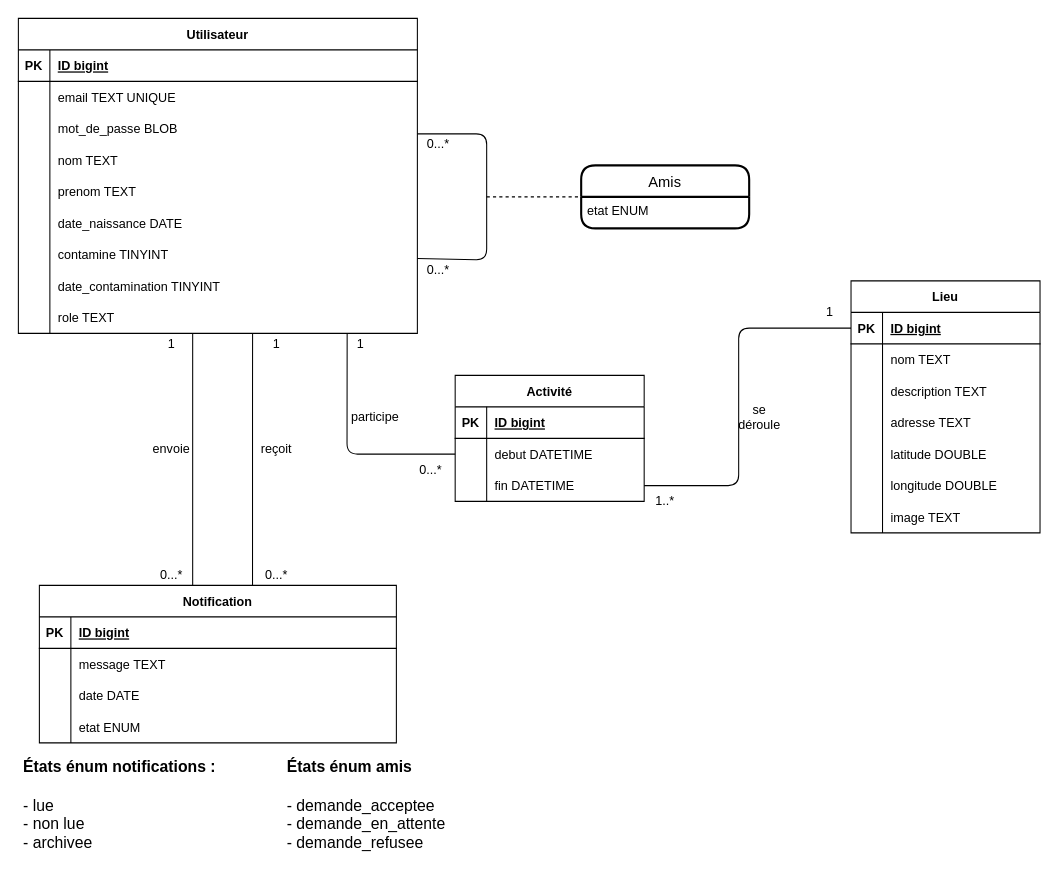
Earlier version of the draw.io diagram Documentation/Diagrammes/ER_BDD.drawio (Akahiro54/jee_dev_web). Source tidied: cells renumbered, new cells numbered last; positions are measured from the earlier drawing's top-left corner, leaving out a move shared by most shapes. Both pictures are drawn from the tidied source at 105%, with x=0, y=0 at pixel (18, 18).
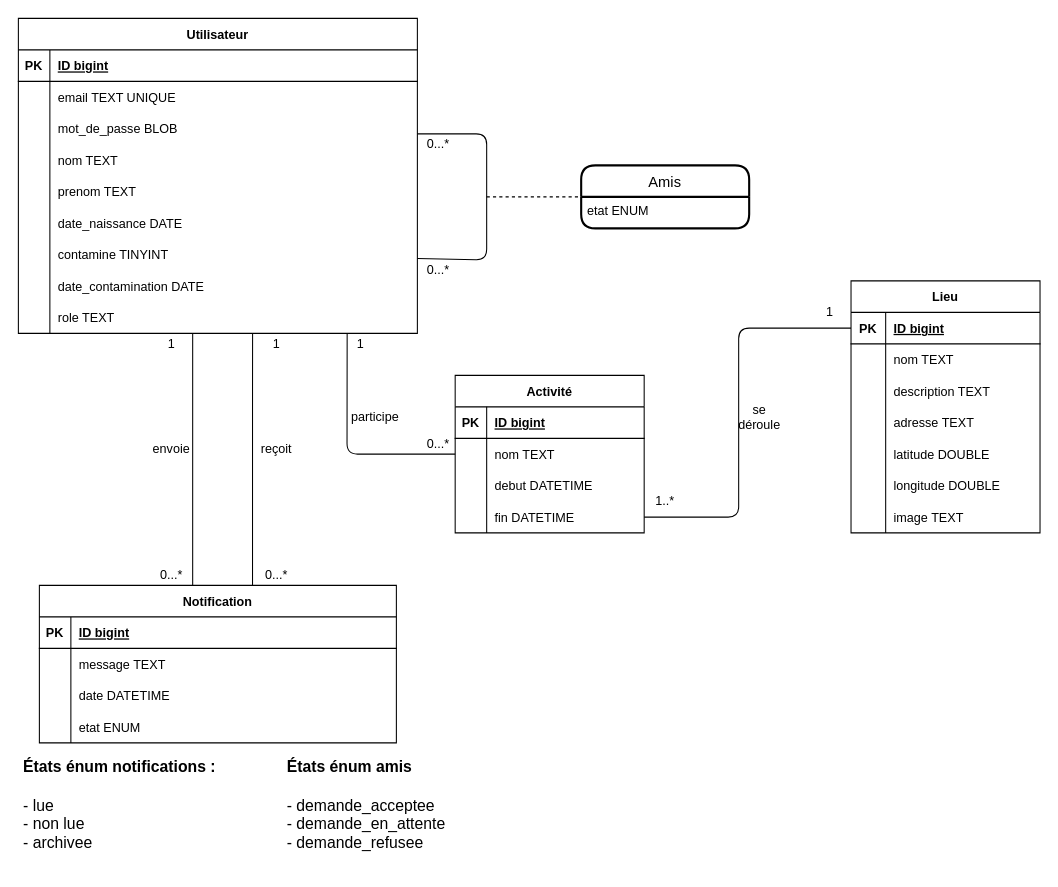
After the change.

Unchanged cells that the change refers to:
```xml
<mxCell id="24" style="shape=partialRectangle;fillColor=none;top=0;left=0;bottom=0;right=0;" parent="2" vertex="1">
  <mxGeometry y="240" width="380" height="30" as="geometry" />
</mxCell>
<mxCell id="27" style="shape=partialRectangle;fillColor=none;top=0;left=0;bottom=0;right=0;points=[[0,0.5],[1,0.5]];portConstraint=eastwest;" parent="2" vertex="1">
  <mxGeometry y="270" width="380" height="30" as="geometry" />
</mxCell>
<mxCell id="43" style="shape=partialRectangle;fillColor=none;top=0;left=0;bottom=0;right=0;" parent="36" vertex="1">
  <mxGeometry y="90" width="340" height="30" as="geometry" />
</mxCell>
<mxCell id="60" style="shape=partialRectangle;fillColor=none;top=0;left=0;bottom=1;right=0;points=[[0,0.5],[1,0.5]];portConstraint=eastwest;" parent="59" vertex="1">
  <mxGeometry y="30" width="180" height="30" as="geometry" />
</mxCell>
<mxCell id="63" style="shape=partialRectangle;fillColor=none;top=0;left=0;bottom=0;right=0;" parent="59" vertex="1">
  <mxGeometry y="60" width="180" height="30" as="geometry" />
</mxCell>
<mxCell id="66" style="shape=partialRectangle;fillColor=none;top=0;left=0;bottom=0;right=0;" parent="59" vertex="1">
  <mxGeometry y="90" width="180" height="30" as="geometry" />
</mxCell>
<mxCell id="69" style="shape=partialRectangle;fillColor=none;top=0;left=0;bottom=0;right=0;" parent="59" vertex="1">
  <mxGeometry y="120" width="180" height="30" as="geometry" />
</mxCell>
<mxCell id="72" style="shape=partialRectangle;fillColor=none;top=0;left=0;bottom=0;right=0;" parent="59" vertex="1">
  <mxGeometry y="150" width="180" height="30" as="geometry" />
</mxCell>
<mxCell id="75" style="shape=partialRectangle;fillColor=none;top=0;left=0;bottom=0;right=0;" parent="59" vertex="1">
  <mxGeometry y="180" width="180" height="30" as="geometry" />
</mxCell>
<mxCell id="78" style="shape=partialRectangle;fillColor=none;top=0;left=0;bottom=0;right=0;" parent="59" vertex="1">
  <mxGeometry y="210" width="180" height="30" as="geometry" />
</mxCell>
```

Change to the diagram source:
```diff
@@
-    <mxCell id="26" value="date_contamination TINYINT" style="shape=partialRectangle;fillColor=none;top=0;left=0;bottom=0;right=0;align=left;spacingLeft=6;overflow=hidden;" parent="24" vertex="1">
+    <mxCell id="26" value="date_contamination DATE" style="shape=partialRectangle;fillColor=none;top=0;left=0;bottom=0;right=0;align=left;spacingLeft=6;overflow=hidden;" parent="24" vertex="1">
       <mxGeometry x="30" width="350" height="30" as="geometry" />
     </mxCell>
@@
-    <mxCell id="45" value="date DATE" style="shape=partialRectangle;fillColor=none;top=0;left=0;bottom=0;right=0;align=left;spacingLeft=6;overflow=hidden;" parent="43" vertex="1">
+    <mxCell id="45" value="date DATETIME" style="shape=partialRectangle;fillColor=none;top=0;left=0;bottom=0;right=0;align=left;spacingLeft=6;overflow=hidden;" parent="43" vertex="1">
       <mxGeometry x="30" width="310" height="30" as="geometry" />
     </mxCell>
@@
     <mxCell id="61" value="PK" style="shape=partialRectangle;fillColor=none;top=0;left=0;bottom=0;right=0;fontStyle=1;overflow=hidden;" parent="60" vertex="1">
-      <mxGeometry width="30" height="30" as="geometry" />
+      <mxGeometry width="33" height="30" as="geometry" />
     </mxCell>
     <mxCell id="62" value="ID bigint" style="shape=partialRectangle;fillColor=none;top=0;left=0;bottom=0;right=0;align=left;spacingLeft=6;fontStyle=5;overflow=hidden;" parent="60" vertex="1">
-      <mxGeometry x="30" width="150" height="30" as="geometry" />
+      <mxGeometry x="33" width="147" height="30" as="geometry" />
     </mxCell>
@@
     <mxCell id="64" style="shape=partialRectangle;fillColor=none;top=0;left=0;bottom=0;right=0;overflow=hidden;" parent="63" vertex="1">
-      <mxGeometry width="30" height="30" as="geometry" />
+      <mxGeometry width="33" height="30" as="geometry" />
     </mxCell>
     <mxCell id="65" value="nom TEXT" style="shape=partialRectangle;fillColor=none;top=0;left=0;bottom=0;right=0;align=left;spacingLeft=6;overflow=hidden;" parent="63" vertex="1">
-      <mxGeometry x="30" width="150" height="30" as="geometry" />
+      <mxGeometry x="33" width="147" height="30" as="geometry" />
     </mxCell>
@@
     <mxCell id="67" style="shape=partialRectangle;fillColor=none;top=0;left=0;bottom=0;right=0;overflow=hidden;" parent="66" vertex="1">
-      <mxGeometry width="30" height="30" as="geometry" />
+      <mxGeometry width="33" height="30" as="geometry" />
     </mxCell>
     <mxCell id="68" value="description TEXT" style="shape=partialRectangle;fillColor=none;top=0;left=0;bottom=0;right=0;align=left;spacingLeft=6;overflow=hidden;" parent="66" vertex="1">
-      <mxGeometry x="30" width="150" height="30" as="geometry" />
+      <mxGeometry x="33" width="147" height="30" as="geometry" />
     </mxCell>
@@
     <mxCell id="70" style="shape=partialRectangle;fillColor=none;top=0;left=0;bottom=0;right=0;overflow=hidden;" parent="69" vertex="1">
-      <mxGeometry width="30" height="30" as="geometry" />
+      <mxGeometry width="33" height="30" as="geometry" />
     </mxCell>
     <mxCell id="71" value="adresse TEXT" style="shape=partialRectangle;fillColor=none;top=0;left=0;bottom=0;right=0;align=left;spacingLeft=6;overflow=hidden;" parent="69" vertex="1">
-      <mxGeometry x="30" width="150" height="30" as="geometry" />
+      <mxGeometry x="33" width="147" height="30" as="geometry" />
     </mxCell>
@@
     <mxCell id="73" style="shape=partialRectangle;fillColor=none;top=0;left=0;bottom=0;right=0;overflow=hidden;" parent="72" vertex="1">
-      <mxGeometry width="30" height="30" as="geometry" />
+      <mxGeometry width="33" height="30" as="geometry" />
     </mxCell>
     <mxCell id="74" value="latitude DOUBLE" style="shape=partialRectangle;fillColor=none;top=0;left=0;bottom=0;right=0;align=left;spacingLeft=6;overflow=hidden;" parent="72" vertex="1">
-      <mxGeometry x="30" width="150" height="30" as="geometry" />
+      <mxGeometry x="33" width="147" height="30" as="geometry" />
     </mxCell>
@@
     <mxCell id="76" style="shape=partialRectangle;fillColor=none;top=0;left=0;bottom=0;right=0;overflow=hidden;" parent="75" vertex="1">
-      <mxGeometry width="30" height="30" as="geometry" />
+      <mxGeometry width="33" height="30" as="geometry" />
     </mxCell>
     <mxCell id="77" value="longitude DOUBLE" style="shape=partialRectangle;fillColor=none;top=0;left=0;bottom=0;right=0;align=left;spacingLeft=6;overflow=hidden;" parent="75" vertex="1">
-      <mxGeometry x="30" width="150" height="30" as="geometry" />
+      <mxGeometry x="33" width="147" height="30" as="geometry" />
     </mxCell>
@@
     <mxCell id="79" style="shape=partialRectangle;fillColor=none;top=0;left=0;bottom=0;right=0;overflow=hidden;" parent="78" vertex="1">
-      <mxGeometry width="30" height="30" as="geometry" />
+      <mxGeometry width="33" height="30" as="geometry" />
     </mxCell>
     <mxCell id="80" value="image TEXT" style="shape=partialRectangle;fillColor=none;top=0;left=0;bottom=0;right=0;align=left;spacingLeft=6;overflow=hidden;" parent="78" vertex="1">
-      <mxGeometry x="30" width="150" height="30" as="geometry" />
+      <mxGeometry x="33" width="147" height="30" as="geometry" />
     </mxCell>
@@
     <mxCell id="82" value="Activité" style="shape=table;startSize=30;childLayout=tableLayout;rowLines=0;fontStyle=1;align=center;" parent="1" vertex="1">
-      <mxGeometry x="416" y="340" width="180" height="120" as="geometry" />
+      <mxGeometry x="416" y="340" width="180" height="150" as="geometry" />
     </mxCell>
@@
+    <mxCell id="99" style="shape=partialRectangle;fillColor=none;top=0;left=0;bottom=0;right=0;points=[[0,0.5],[1,0.5]];portConstraint=eastwest;" parent="82" vertex="1">
+      <mxGeometry y="60" width="180" height="30" as="geometry" />
+    </mxCell>
+    <mxCell id="100" style="shape=partialRectangle;fillColor=none;top=0;left=0;bottom=0;right=0;overflow=hidden;" parent="99" vertex="1">
+      <mxGeometry width="30" height="30" as="geometry" />
+    </mxCell>
+    <mxCell id="101" value="nom TEXT" style="shape=partialRectangle;fillColor=none;top=0;left=0;bottom=0;right=0;align=left;spacingLeft=6;overflow=hidden;" parent="99" vertex="1">
+      <mxGeometry x="30" width="150" height="30" as="geometry" />
+    </mxCell>
     <mxCell id="86" style="shape=partialRectangle;fillColor=none;top=0;left=0;bottom=0;right=0;points=[[0,0.5],[1,0.5]];portConstraint=eastwest;" parent="82" vertex="1">
-      <mxGeometry y="60" width="180" height="30" as="geometry" />
+      <mxGeometry y="90" width="180" height="30" as="geometry" />
     </mxCell>
@@
     <mxCell id="89" style="shape=partialRectangle;fillColor=none;top=0;left=0;bottom=0;right=0;points=[[0,0.5],[1,0.5]];portConstraint=eastwest;" parent="82" vertex="1">
-      <mxGeometry y="90" width="180" height="30" as="geometry" />
+      <mxGeometry y="120" width="180" height="30" as="geometry" />
     </mxCell>
@@
     <mxCell id="92" style="endArrow=none;html=1;entryX=0;entryY=0.5;entryDx=0;entryDy=0;exitX=1;exitY=0.5;exitDx=0;exitDy=0;" parent="1" edge="1" source="89" target="60">
       <mxGeometry relative="1" as="geometry">
         <Array as="points">
-          <mxPoint x="686" y="445" />
+          <mxPoint x="686" y="475" />
           <mxPoint x="686" y="295" />
         </Array>
       </mxGeometry>
     </mxCell>
@@
-    <mxCell id="95" style="endArrow=none;html=1;entryX=0.824;entryY=1;entryDx=0;entryDy=0;entryPerimeter=0;exitX=0;exitY=0.5;exitDx=0;exitDy=0;" parent="1" edge="1" source="86" target="27">
+    <mxCell id="95" style="endArrow=none;html=1;entryX=0.824;entryY=1;entryDx=0;entryDy=0;entryPerimeter=0;exitX=0;exitY=0.5;exitDx=0;exitDy=0;" parent="1" edge="1" source="99" target="27">
       <mxGeometry relative="1" as="geometry">
         <Array as="points">
           <mxPoint x="313" y="415" />
         </Array>
       </mxGeometry>
     </mxCell>
@@
     <mxCell id="98" value="0...*" style="text;html=1;strokeColor=none;fillColor=none;align=center;verticalAlign=middle;whiteSpace=wrap;rounded=0;" parent="1" vertex="1">
-      <mxGeometry x="373" y="420" width="40" height="20" as="geometry" />
+      <mxGeometry x="380" y="396" width="40" height="20" as="geometry" />
     </mxCell>
```
